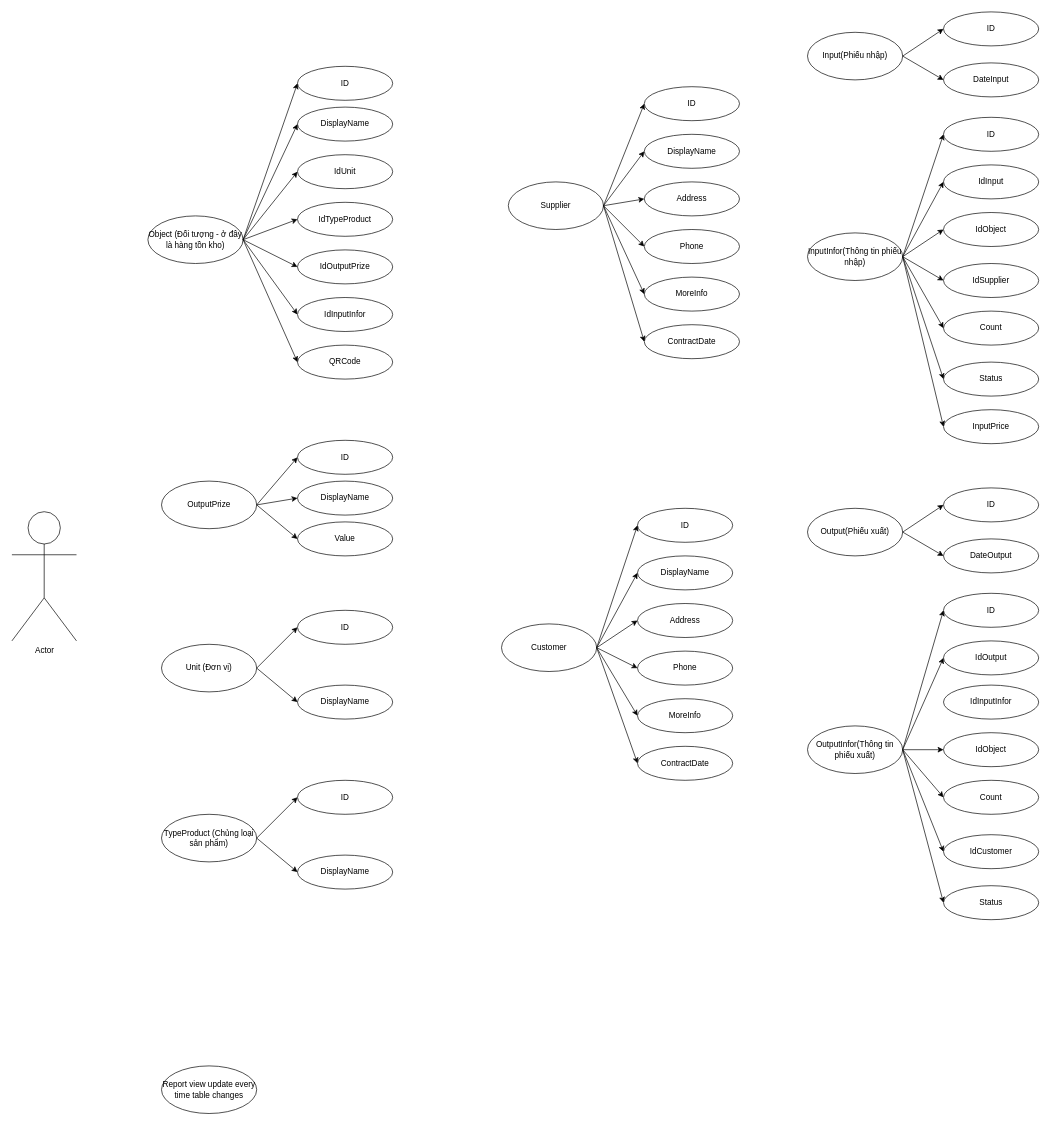
This is Design/Product Design.drawio from DadD99/WareHouseManagement, a draw.io file, before an edit. Source tidied: cells renumbered, new cells numbered last; positions are measured from the earlier drawing's top-left corner, leaving out a move shared by most shapes. Both pictures are drawn from the tidied source at 68%, with x=0, y=0 at pixel (12, 12).
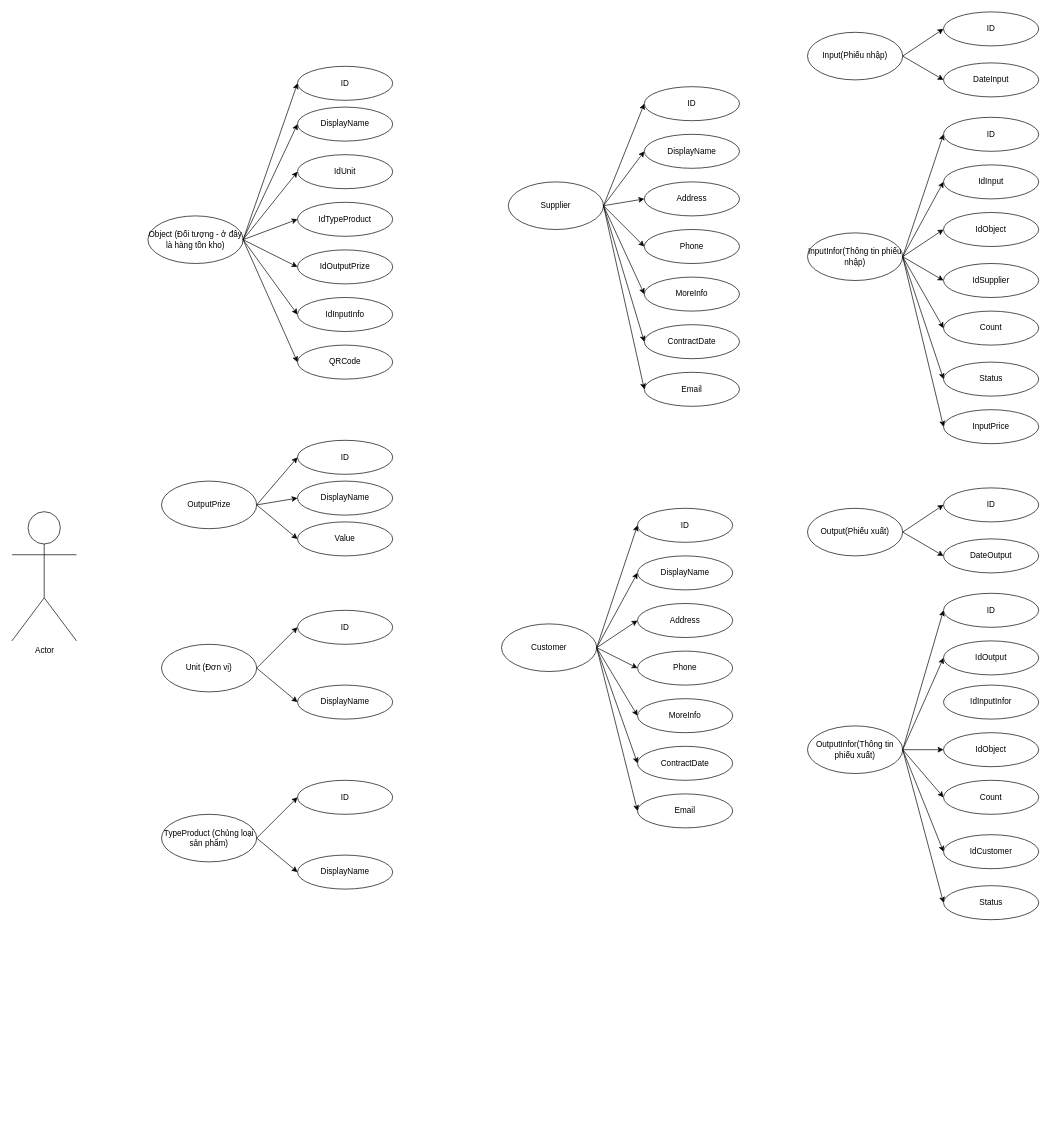
The same page after the edit.

The change refers to these unchanged cells:
```xml
<mxCell id="5" value="Supplier" style="ellipse;whiteSpace=wrap;html=1;" parent="1" vertex="1">
  <mxGeometry x="730" y="250" width="140" height="70" as="geometry" />
</mxCell>
<mxCell id="38" value="Customer" style="ellipse;whiteSpace=wrap;html=1;" parent="1" vertex="1">
  <mxGeometry x="720" y="900" width="140" height="70" as="geometry" />
</mxCell>
```

Diff of the diagram source:
```diff
@@
-    <mxCell id="7" value="Report view update every time table changes" style="ellipse;whiteSpace=wrap;html=1;" parent="1" vertex="1">
-      <mxGeometry x="220" y="1550" width="140" height="70" as="geometry" />
-    </mxCell>
@@
-    <mxCell id="99" value="IdInputInfor" style="ellipse;whiteSpace=wrap;html=1;" parent="1" vertex="1">
+    <mxCell id="99" value="IdInputInfo" style="ellipse;whiteSpace=wrap;html=1;" parent="1" vertex="1">
       <mxGeometry x="420" y="420" width="140" height="50" as="geometry" />
     </mxCell>
@@
+    <mxCell id="101" value="Email" style="ellipse;whiteSpace=wrap;html=1;" parent="1" vertex="1">
+      <mxGeometry x="930" y="530" width="140" height="50" as="geometry" />
+    </mxCell>
+    <mxCell id="102" style="endArrow=classic;html=1;rounded=0;fontSize=17;exitX=1;exitY=0.5;exitDx=0;exitDy=0;entryX=0;entryY=0.5;entryDx=0;entryDy=0;" parent="1" edge="1" source="5" target="101">
+      <mxGeometry relative="1" as="geometry" />
+    </mxCell>
+    <mxCell id="103" value="Email" style="ellipse;whiteSpace=wrap;html=1;" parent="1" vertex="1">
+      <mxGeometry x="920" y="1150" width="140" height="50" as="geometry" />
+    </mxCell>
+    <mxCell id="104" style="endArrow=classic;html=1;rounded=0;fontSize=17;exitX=1;exitY=0.5;exitDx=0;exitDy=0;entryX=0;entryY=0.5;entryDx=0;entryDy=0;" parent="1" edge="1" source="38" target="103">
+      <mxGeometry relative="1" as="geometry" />
+    </mxCell>
```
